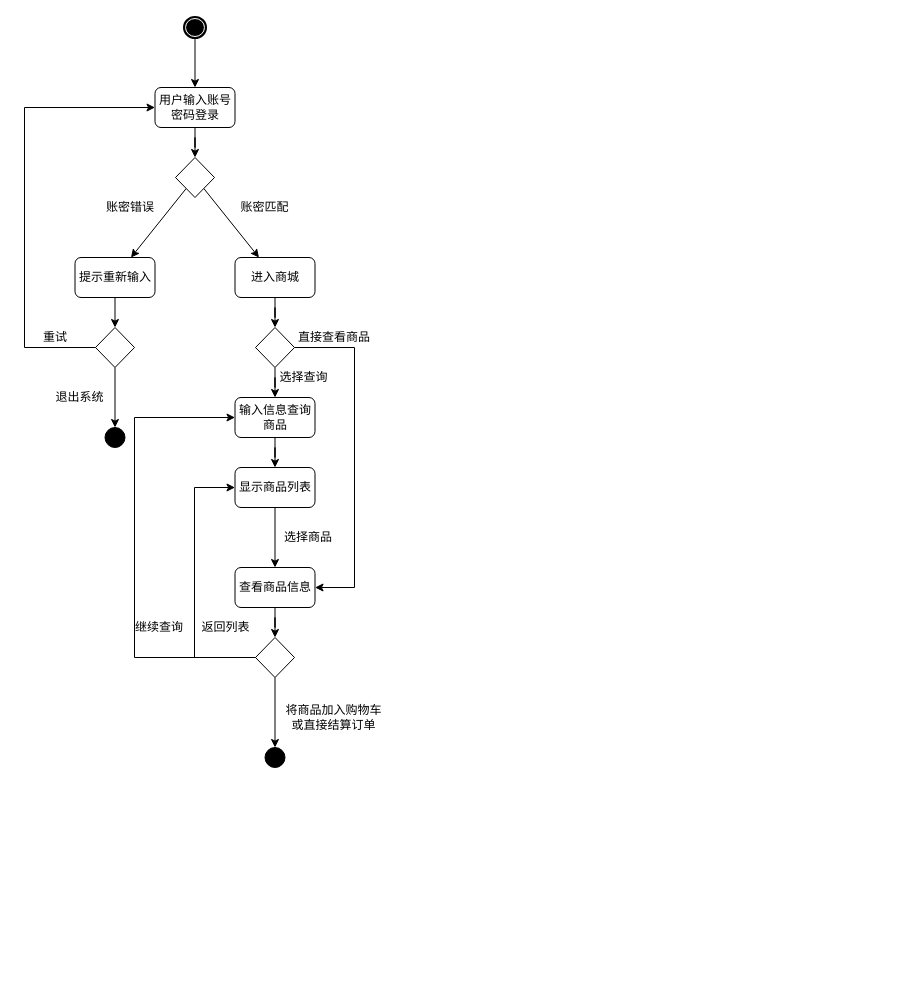
This is 软工导论小组作业/需求建模之用例活动图.drawio from app1echip/grams, a draw.io file, before an edit. Source tidied: cells renumbered, new cells numbered last; positions are measured from the earlier drawing's top-left corner, leaving out a move shared by most shapes. Both pictures are drawn from the tidied source at 100%, with x=0, y=0 at pixel (24, 17).
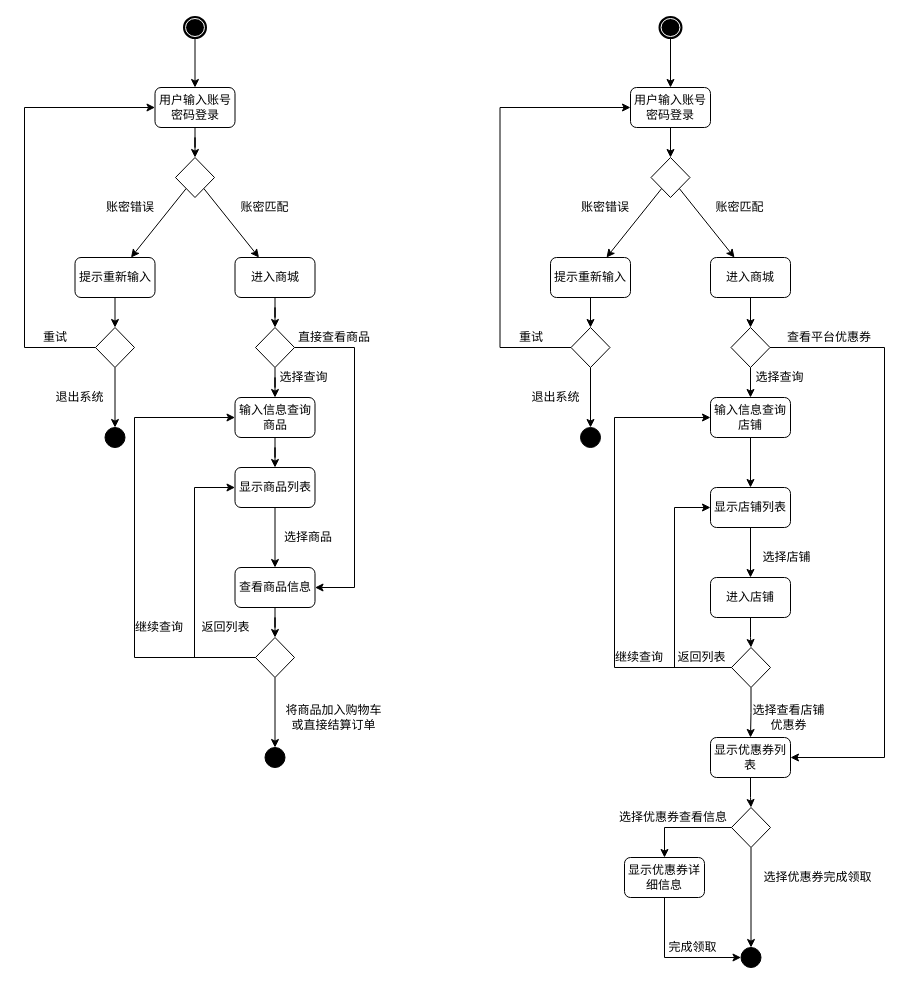
The same page after the edit.

Commit message (it also covers changes not shown here):
Update 需求建模之用例活动图.drawio

Change to the diagram source:
```diff
@@
+    <mxCell id="41" style="edgeStyle=orthogonalEdgeStyle;rounded=0;jettySize=auto;html=1;" parent="1" edge="1" source="42" target="44">
+      <mxGeometry relative="1" as="geometry" />
+    </mxCell>
+    <mxCell id="42" style="shape=mxgraph.bpmn.shape;html=1;verticalLabelPosition=bottom;labelBackgroundColor=#ffffff;verticalAlign=top;align=center;perimeter=ellipsePerimeter;outlineConnect=0;outline=end;symbol=terminate;" parent="1" vertex="1">
+      <mxGeometry x="635.5" width="21" height="20" as="geometry" />
+    </mxCell>
+    <mxCell id="43" style="edgeStyle=orthogonalEdgeStyle;rounded=0;jettySize=auto;html=1;" parent="1" edge="1" source="44" target="47">
+      <mxGeometry relative="1" as="geometry" />
+    </mxCell>
+    <mxCell id="44" value="用户输入账号密码登录" style="rounded=1;whiteSpace=wrap;html=1;" parent="1" vertex="1">
+      <mxGeometry x="606" y="70" width="80" height="40" as="geometry" />
+    </mxCell>
+    <mxCell id="45" style="rounded=0;jettySize=auto;html=1;" parent="1" edge="1" source="47" target="49">
+      <mxGeometry relative="1" as="geometry" />
+    </mxCell>
+    <mxCell id="46" style="rounded=0;jettySize=auto;html=1;" parent="1" edge="1" source="47" target="51">
+      <mxGeometry relative="1" as="geometry" />
+    </mxCell>
+    <mxCell id="47" style="rhombus;whiteSpace=wrap;html=1;" parent="1" vertex="1">
+      <mxGeometry x="626.5" y="140" width="39" height="40" as="geometry" />
+    </mxCell>
+    <mxCell id="48" style="edgeStyle=none;rounded=0;jettySize=auto;html=1;" parent="1" edge="1" source="49" target="56">
+      <mxGeometry relative="1" as="geometry" />
+    </mxCell>
+    <mxCell id="49" value="提示重新输入" style="rounded=1;whiteSpace=wrap;html=1;" parent="1" vertex="1">
+      <mxGeometry x="526" y="240" width="80" height="40" as="geometry" />
+    </mxCell>
+    <mxCell id="50" style="edgeStyle=orthogonalEdgeStyle;rounded=0;jettySize=auto;html=1;" parent="1" edge="1" source="51" target="65">
+      <mxGeometry relative="1" as="geometry" />
+    </mxCell>
+    <mxCell id="51" value="进入商城" style="rounded=1;whiteSpace=wrap;html=1;" parent="1" vertex="1">
+      <mxGeometry x="686" y="240" width="80" height="40" as="geometry" />
+    </mxCell>
+    <mxCell id="52" value="账密匹配" style="text;html=1;strokeColor=none;fillColor=none;align=center;verticalAlign=middle;whiteSpace=wrap;rounded=0;" parent="1" vertex="1">
+      <mxGeometry x="686" y="180" width="59" height="20" as="geometry" />
+    </mxCell>
+    <mxCell id="53" value="账密错误" style="text;html=1;strokeColor=none;fillColor=none;align=center;verticalAlign=middle;whiteSpace=wrap;rounded=0;" parent="1" vertex="1">
+      <mxGeometry x="556" y="180" width="50" height="20" as="geometry" />
+    </mxCell>
+    <mxCell id="54" style="edgeStyle=orthogonalEdgeStyle;rounded=0;jettySize=auto;html=1;" parent="1" edge="1" source="56" target="44">
+      <mxGeometry relative="1" as="geometry">
+        <Array as="points">
+          <mxPoint x="475.5" y="330" />
+          <mxPoint x="475.5" y="90" />
+        </Array>
+      </mxGeometry>
+    </mxCell>
+    <mxCell id="55" style="edgeStyle=orthogonalEdgeStyle;rounded=0;jettySize=auto;html=1;" parent="1" edge="1" source="56" target="57">
+      <mxGeometry relative="1" as="geometry" />
+    </mxCell>
+    <mxCell id="56" style="rhombus;whiteSpace=wrap;html=1;" parent="1" vertex="1">
+      <mxGeometry x="546.5" y="310" width="39" height="40" as="geometry" />
+    </mxCell>
+    <mxCell id="57" style="shape=mxgraph.bpmn.shape;html=1;verticalLabelPosition=bottom;labelBackgroundColor=#ffffff;verticalAlign=top;align=center;perimeter=ellipsePerimeter;outlineConnect=0;outline=standard;symbol=general;fillColor=#000000;" parent="1" vertex="1">
+      <mxGeometry x="556" y="410" width="20" height="20" as="geometry" />
+    </mxCell>
+    <mxCell id="58" value="退出系统" style="text;html=1;strokeColor=none;fillColor=none;align=center;verticalAlign=middle;whiteSpace=wrap;rounded=0;" parent="1" vertex="1">
+      <mxGeometry x="505.5" y="370" width="51" height="20" as="geometry" />
+    </mxCell>
+    <mxCell id="59" value="重试" style="text;html=1;strokeColor=none;fillColor=none;align=center;verticalAlign=middle;whiteSpace=wrap;rounded=0;" parent="1" vertex="1">
+      <mxGeometry x="486.5" y="310" width="40" height="20" as="geometry" />
+    </mxCell>
+    <mxCell id="60" style="edgeStyle=orthogonalEdgeStyle;rounded=0;jettySize=auto;html=1;" parent="1" edge="1" source="61" target="67">
+      <mxGeometry relative="1" as="geometry" />
+    </mxCell>
+    <mxCell id="61" value="输入信息查询店铺" style="rounded=1;whiteSpace=wrap;html=1;" parent="1" vertex="1">
+      <mxGeometry x="686" y="380" width="80" height="40" as="geometry" />
+    </mxCell>
+    <mxCell id="62" value="选择查询" style="text;html=1;strokeColor=none;fillColor=none;align=center;verticalAlign=middle;whiteSpace=wrap;rounded=0;" parent="1" vertex="1">
+      <mxGeometry x="725.5" y="350" width="59" height="20" as="geometry" />
+    </mxCell>
+    <mxCell id="63" style="edgeStyle=orthogonalEdgeStyle;rounded=0;jettySize=auto;html=1;" parent="1" edge="1" source="65" target="61">
+      <mxGeometry relative="1" as="geometry" />
+    </mxCell>
+    <mxCell id="64" style="edgeStyle=orthogonalEdgeStyle;rounded=0;jettySize=auto;html=1;" parent="1" edge="1" source="65" target="72">
+      <mxGeometry relative="1" as="geometry">
+        <Array as="points">
+          <mxPoint x="860" y="330" />
+          <mxPoint x="860" y="740" />
+        </Array>
+      </mxGeometry>
+    </mxCell>
+    <mxCell id="65" style="rhombus;whiteSpace=wrap;html=1;" parent="1" vertex="1">
+      <mxGeometry x="706.5" y="310" width="39" height="40" as="geometry" />
+    </mxCell>
+    <mxCell id="66" style="edgeStyle=orthogonalEdgeStyle;rounded=0;jettySize=auto;html=1;" parent="1" edge="1" source="67" target="69">
+      <mxGeometry relative="1" as="geometry" />
+    </mxCell>
+    <mxCell id="67" value="显示店铺列表" style="rounded=1;whiteSpace=wrap;html=1;" parent="1" vertex="1">
+      <mxGeometry x="686" y="470" width="80" height="40" as="geometry" />
+    </mxCell>
+    <mxCell id="68" style="edgeStyle=orthogonalEdgeStyle;rounded=0;jettySize=auto;html=1;" parent="1" edge="1" source="69" target="78">
+      <mxGeometry relative="1" as="geometry" />
+    </mxCell>
+    <mxCell id="69" value="进入店铺" style="rounded=1;whiteSpace=wrap;html=1;" parent="1" vertex="1">
+      <mxGeometry x="686" y="560" width="80" height="40" as="geometry" />
+    </mxCell>
+    <mxCell id="70" value="选择店铺" style="text;html=1;strokeColor=none;fillColor=none;align=center;verticalAlign=middle;whiteSpace=wrap;rounded=0;" parent="1" vertex="1">
+      <mxGeometry x="735" y="530" width="55" height="20" as="geometry" />
+    </mxCell>
+    <mxCell id="71" style="edgeStyle=orthogonalEdgeStyle;rounded=0;jettySize=auto;html=1;" parent="1" edge="1" source="72" target="85">
+      <mxGeometry relative="1" as="geometry" />
+    </mxCell>
+    <mxCell id="72" value="显示优惠券列表" style="rounded=1;whiteSpace=wrap;html=1;" parent="1" vertex="1">
+      <mxGeometry x="686" y="720" width="80" height="40" as="geometry" />
+    </mxCell>
+    <mxCell id="73" value="选择查看店铺优惠券" style="text;html=1;strokeColor=none;fillColor=none;align=center;verticalAlign=middle;whiteSpace=wrap;rounded=0;" parent="1" vertex="1">
+      <mxGeometry x="725.5" y="690" width="77" height="20" as="geometry" />
+    </mxCell>
+    <mxCell id="74" value="查看平台优惠券" style="text;html=1;strokeColor=none;fillColor=none;align=center;verticalAlign=middle;whiteSpace=wrap;rounded=0;" parent="1" vertex="1">
+      <mxGeometry x="760" y="310" width="90" height="20" as="geometry" />
+    </mxCell>
+    <mxCell id="75" style="edgeStyle=orthogonalEdgeStyle;rounded=0;jettySize=auto;html=1;" parent="1" edge="1" source="78" target="72">
+      <mxGeometry relative="1" as="geometry" />
+    </mxCell>
+    <mxCell id="76" style="edgeStyle=orthogonalEdgeStyle;rounded=0;jettySize=auto;html=1;" parent="1" edge="1" source="78" target="67">
+      <mxGeometry relative="1" as="geometry">
+        <Array as="points">
+          <mxPoint x="650" y="650" />
+          <mxPoint x="650" y="490" />
+        </Array>
+      </mxGeometry>
+    </mxCell>
+    <mxCell id="77" style="edgeStyle=orthogonalEdgeStyle;rounded=0;jettySize=auto;html=1;" parent="1" edge="1" source="78" target="61">
+      <mxGeometry relative="1" as="geometry">
+        <Array as="points">
+          <mxPoint x="590" y="650" />
+          <mxPoint x="590" y="400" />
+        </Array>
+      </mxGeometry>
+    </mxCell>
+    <mxCell id="78" style="rhombus;whiteSpace=wrap;html=1;" parent="1" vertex="1">
+      <mxGeometry x="707" y="630" width="39" height="40" as="geometry" />
+    </mxCell>
+    <mxCell id="79" value="继续查询" style="text;html=1;strokeColor=none;fillColor=none;align=center;verticalAlign=middle;whiteSpace=wrap;rounded=0;" parent="1" vertex="1">
+      <mxGeometry x="590" y="630" width="50" height="20" as="geometry" />
+    </mxCell>
+    <mxCell id="80" value="返回列表" style="text;html=1;strokeColor=none;fillColor=none;align=center;verticalAlign=middle;whiteSpace=wrap;rounded=0;" parent="1" vertex="1">
+      <mxGeometry x="647.5" y="630" width="59" height="20" as="geometry" />
+    </mxCell>
+    <mxCell id="81" style="shape=mxgraph.bpmn.shape;html=1;verticalLabelPosition=bottom;labelBackgroundColor=#ffffff;verticalAlign=top;align=center;perimeter=ellipsePerimeter;outlineConnect=0;outline=standard;symbol=general;fillColor=#000000;" parent="1" vertex="1">
+      <mxGeometry x="716.5" y="930" width="20" height="20" as="geometry" />
+    </mxCell>
+    <mxCell id="82" value="选择优惠券完成领取" style="text;html=1;strokeColor=none;fillColor=none;align=center;verticalAlign=middle;whiteSpace=wrap;rounded=0;" parent="1" vertex="1">
+      <mxGeometry x="735" y="850" width="117" height="20" as="geometry" />
+    </mxCell>
+    <mxCell id="83" style="edgeStyle=orthogonalEdgeStyle;rounded=0;jettySize=auto;html=1;" parent="1" edge="1" source="85" target="81">
+      <mxGeometry relative="1" as="geometry" />
+    </mxCell>
+    <mxCell id="84" style="edgeStyle=orthogonalEdgeStyle;rounded=0;jettySize=auto;html=1;" parent="1" edge="1" source="85" target="87">
+      <mxGeometry relative="1" as="geometry" />
+    </mxCell>
+    <mxCell id="85" style="rhombus;whiteSpace=wrap;html=1;" parent="1" vertex="1">
+      <mxGeometry x="707" y="790" width="39" height="40" as="geometry" />
+    </mxCell>
+    <mxCell id="86" style="edgeStyle=orthogonalEdgeStyle;rounded=0;jettySize=auto;html=1;entryX=0;entryY=0.5;entryDx=0;entryDy=0;" parent="1" edge="1" source="87" target="81">
+      <mxGeometry relative="1" as="geometry">
+        <Array as="points">
+          <mxPoint x="640" y="940" />
+        </Array>
+      </mxGeometry>
+    </mxCell>
+    <mxCell id="87" value="显示优惠券详细信息" style="rounded=1;whiteSpace=wrap;html=1;" parent="1" vertex="1">
+      <mxGeometry x="600" y="840" width="80" height="40" as="geometry" />
+    </mxCell>
+    <mxCell id="88" value="完成领取" style="text;html=1;strokeColor=none;fillColor=none;align=center;verticalAlign=middle;whiteSpace=wrap;rounded=0;" parent="1" vertex="1">
+      <mxGeometry x="640" y="920" width="57" height="20" as="geometry" />
+    </mxCell>
+    <mxCell id="89" value="选择优惠券查看信息" style="text;html=1;strokeColor=none;fillColor=none;align=center;verticalAlign=middle;whiteSpace=wrap;rounded=0;" parent="1" vertex="1">
+      <mxGeometry x="591" y="790" width="116" height="20" as="geometry" />
+    </mxCell>
```
